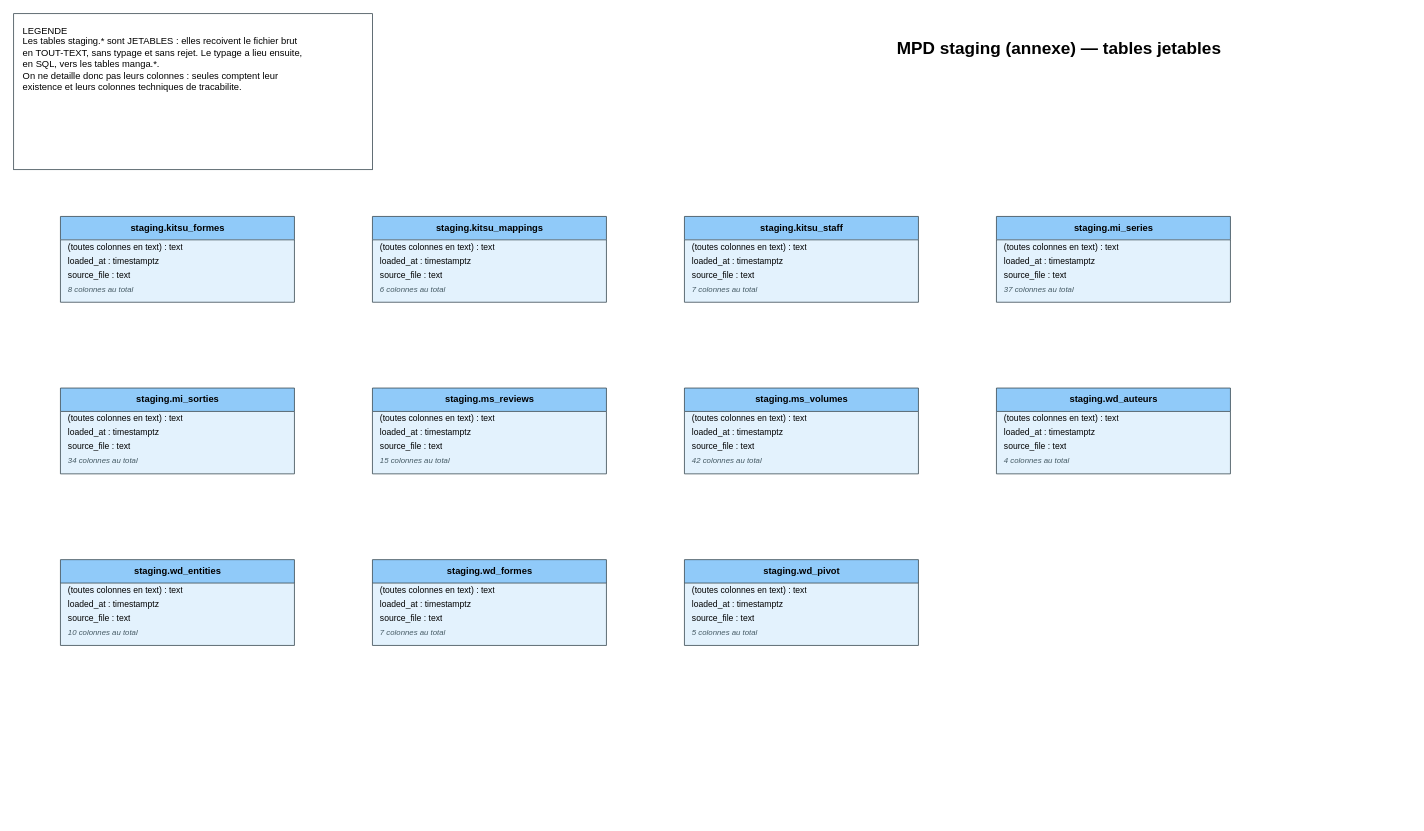
The draw.io diagram page "MPD staging (annexe) — tables jetables" (2 of 3) of docs/modeles/modele_donnees.drawio in TheMaxfly/certification-Dev_IA, before the edit. Source tidied: cells renumbered, new cells numbered last; positions are measured from the earlier drawing's top-left corner, leaving out a move shared by most shapes. Both pictures are drawn from the tidied source at 78%, with x=0, y=0 at pixel (13, 13).
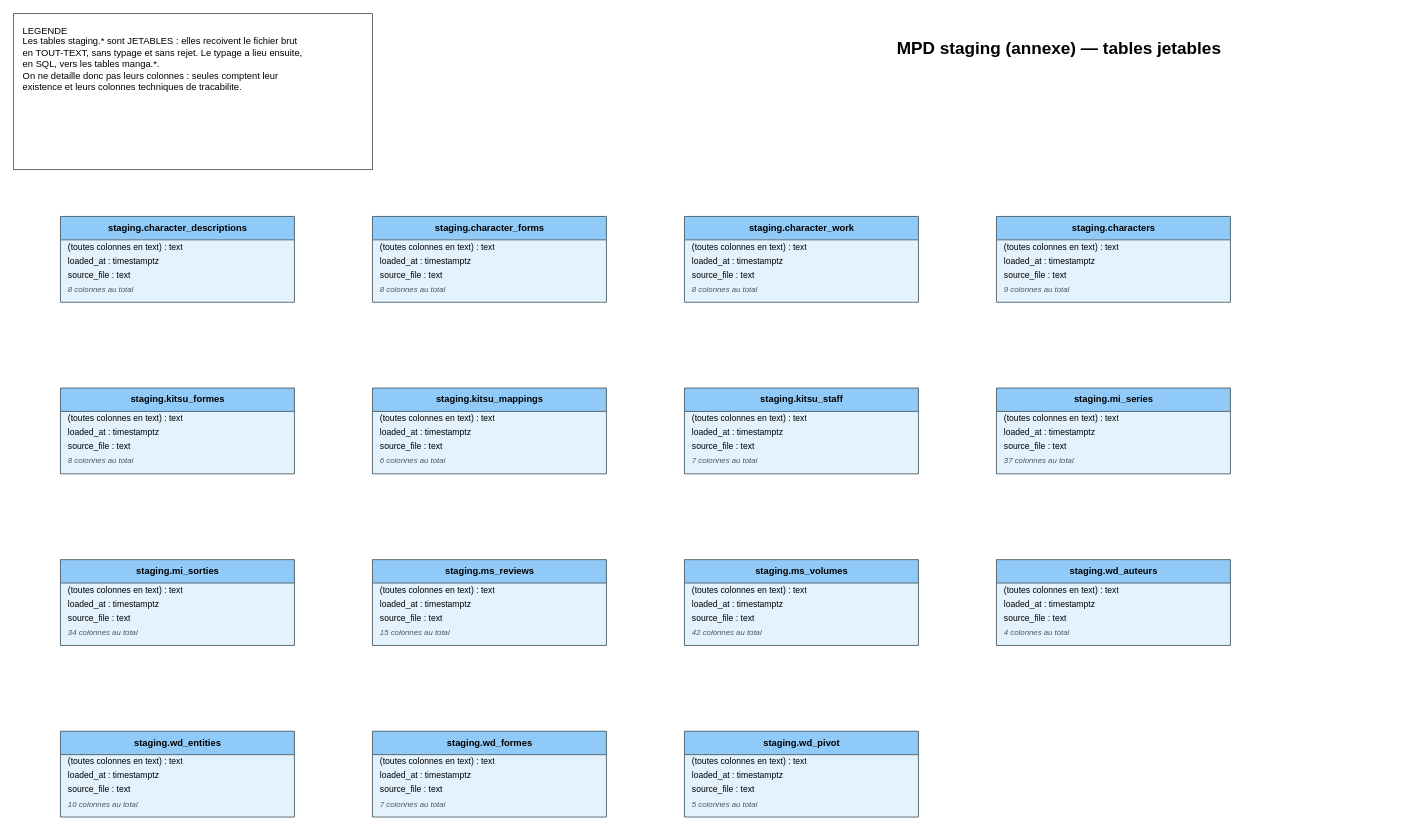
The same page after the edit.

Change to the diagram source:
```diff
@@
-    <mxCell id="4" value="staging.kitsu_formes" style="swimlane;html=1;startSize=30;horizontal=1;fillColor=#90CAF9;swimlaneFillColor=#E3F2FD;strokeColor=#37474F;fontStyle=1;fontSize=12;fontColor=#000000;" parent="1" vertex="1">
+    <mxCell id="4" value="staging.character_descriptions" style="swimlane;html=1;startSize=30;horizontal=1;fillColor=#90CAF9;swimlaneFillColor=#E3F2FD;strokeColor=#37474F;fontStyle=1;fontSize=12;fontColor=#000000;" parent="1" vertex="1">
       <mxGeometry x="60" y="260" width="300" height="110" as="geometry" />
     </mxCell>
@@
-    <mxCell id="9" value="staging.kitsu_mappings" style="swimlane;html=1;startSize=30;horizontal=1;fillColor=#90CAF9;swimlaneFillColor=#E3F2FD;strokeColor=#37474F;fontStyle=1;fontSize=12;fontColor=#000000;" parent="1" vertex="1">
+    <mxCell id="9" value="staging.character_forms" style="swimlane;html=1;startSize=30;horizontal=1;fillColor=#90CAF9;swimlaneFillColor=#E3F2FD;strokeColor=#37474F;fontStyle=1;fontSize=12;fontColor=#000000;" parent="1" vertex="1">
       <mxGeometry x="460" y="260" width="300" height="110" as="geometry" />
     </mxCell>
@@
-    <mxCell id="13" value="6 colonnes au total" style="text;html=1;strokeColor=none;fillColor=none;align=left;verticalAlign=middle;spacingLeft=8;fontSize=10;fontStyle=2;fontColor=#455A64;" parent="9" vertex="1">
+    <mxCell id="13" value="8 colonnes au total" style="text;html=1;strokeColor=none;fillColor=none;align=left;verticalAlign=middle;spacingLeft=8;fontSize=10;fontStyle=2;fontColor=#455A64;" parent="9" vertex="1">
       <mxGeometry y="84" width="300" height="18" as="geometry" />
     </mxCell>
-    <mxCell id="14" value="staging.kitsu_staff" style="swimlane;html=1;startSize=30;horizontal=1;fillColor=#90CAF9;swimlaneFillColor=#E3F2FD;strokeColor=#37474F;fontStyle=1;fontSize=12;fontColor=#000000;" parent="1" vertex="1">
+    <mxCell id="14" value="staging.character_work" style="swimlane;html=1;startSize=30;horizontal=1;fillColor=#90CAF9;swimlaneFillColor=#E3F2FD;strokeColor=#37474F;fontStyle=1;fontSize=12;fontColor=#000000;" parent="1" vertex="1">
       <mxGeometry x="860" y="260" width="300" height="110" as="geometry" />
     </mxCell>
@@
-    <mxCell id="18" value="7 colonnes au total" style="text;html=1;strokeColor=none;fillColor=none;align=left;verticalAlign=middle;spacingLeft=8;fontSize=10;fontStyle=2;fontColor=#455A64;" parent="14" vertex="1">
+    <mxCell id="18" value="8 colonnes au total" style="text;html=1;strokeColor=none;fillColor=none;align=left;verticalAlign=middle;spacingLeft=8;fontSize=10;fontStyle=2;fontColor=#455A64;" parent="14" vertex="1">
       <mxGeometry y="84" width="300" height="18" as="geometry" />
     </mxCell>
-    <mxCell id="19" value="staging.mi_series" style="swimlane;html=1;startSize=30;horizontal=1;fillColor=#90CAF9;swimlaneFillColor=#E3F2FD;strokeColor=#37474F;fontStyle=1;fontSize=12;fontColor=#000000;" parent="1" vertex="1">
+    <mxCell id="19" value="staging.characters" style="swimlane;html=1;startSize=30;horizontal=1;fillColor=#90CAF9;swimlaneFillColor=#E3F2FD;strokeColor=#37474F;fontStyle=1;fontSize=12;fontColor=#000000;" parent="1" vertex="1">
       <mxGeometry x="1260" y="260" width="300" height="110" as="geometry" />
     </mxCell>
@@
-    <mxCell id="23" value="37 colonnes au total" style="text;html=1;strokeColor=none;fillColor=none;align=left;verticalAlign=middle;spacingLeft=8;fontSize=10;fontStyle=2;fontColor=#455A64;" parent="19" vertex="1">
+    <mxCell id="23" value="9 colonnes au total" style="text;html=1;strokeColor=none;fillColor=none;align=left;verticalAlign=middle;spacingLeft=8;fontSize=10;fontStyle=2;fontColor=#455A64;" parent="19" vertex="1">
       <mxGeometry y="84" width="300" height="18" as="geometry" />
     </mxCell>
-    <mxCell id="24" value="staging.mi_sorties" style="swimlane;html=1;startSize=30;horizontal=1;fillColor=#90CAF9;swimlaneFillColor=#E3F2FD;strokeColor=#37474F;fontStyle=1;fontSize=12;fontColor=#000000;" parent="1" vertex="1">
+    <mxCell id="24" value="staging.kitsu_formes" style="swimlane;html=1;startSize=30;horizontal=1;fillColor=#90CAF9;swimlaneFillColor=#E3F2FD;strokeColor=#37474F;fontStyle=1;fontSize=12;fontColor=#000000;" parent="1" vertex="1">
       <mxGeometry x="60" y="480" width="300" height="110" as="geometry" />
     </mxCell>
@@
-    <mxCell id="28" value="34 colonnes au total" style="text;html=1;strokeColor=none;fillColor=none;align=left;verticalAlign=middle;spacingLeft=8;fontSize=10;fontStyle=2;fontColor=#455A64;" parent="24" vertex="1">
+    <mxCell id="28" value="8 colonnes au total" style="text;html=1;strokeColor=none;fillColor=none;align=left;verticalAlign=middle;spacingLeft=8;fontSize=10;fontStyle=2;fontColor=#455A64;" parent="24" vertex="1">
       <mxGeometry y="84" width="300" height="18" as="geometry" />
     </mxCell>
-    <mxCell id="29" value="staging.ms_reviews" style="swimlane;html=1;startSize=30;horizontal=1;fillColor=#90CAF9;swimlaneFillColor=#E3F2FD;strokeColor=#37474F;fontStyle=1;fontSize=12;fontColor=#000000;" parent="1" vertex="1">
+    <mxCell id="29" value="staging.kitsu_mappings" style="swimlane;html=1;startSize=30;horizontal=1;fillColor=#90CAF9;swimlaneFillColor=#E3F2FD;strokeColor=#37474F;fontStyle=1;fontSize=12;fontColor=#000000;" parent="1" vertex="1">
       <mxGeometry x="460" y="480" width="300" height="110" as="geometry" />
     </mxCell>
@@
-    <mxCell id="33" value="15 colonnes au total" style="text;html=1;strokeColor=none;fillColor=none;align=left;verticalAlign=middle;spacingLeft=8;fontSize=10;fontStyle=2;fontColor=#455A64;" parent="29" vertex="1">
+    <mxCell id="33" value="6 colonnes au total" style="text;html=1;strokeColor=none;fillColor=none;align=left;verticalAlign=middle;spacingLeft=8;fontSize=10;fontStyle=2;fontColor=#455A64;" parent="29" vertex="1">
       <mxGeometry y="84" width="300" height="18" as="geometry" />
     </mxCell>
-    <mxCell id="34" value="staging.ms_volumes" style="swimlane;html=1;startSize=30;horizontal=1;fillColor=#90CAF9;swimlaneFillColor=#E3F2FD;strokeColor=#37474F;fontStyle=1;fontSize=12;fontColor=#000000;" parent="1" vertex="1">
+    <mxCell id="34" value="staging.kitsu_staff" style="swimlane;html=1;startSize=30;horizontal=1;fillColor=#90CAF9;swimlaneFillColor=#E3F2FD;strokeColor=#37474F;fontStyle=1;fontSize=12;fontColor=#000000;" parent="1" vertex="1">
       <mxGeometry x="860" y="480" width="300" height="110" as="geometry" />
     </mxCell>
@@
-    <mxCell id="38" value="42 colonnes au total" style="text;html=1;strokeColor=none;fillColor=none;align=left;verticalAlign=middle;spacingLeft=8;fontSize=10;fontStyle=2;fontColor=#455A64;" parent="34" vertex="1">
+    <mxCell id="38" value="7 colonnes au total" style="text;html=1;strokeColor=none;fillColor=none;align=left;verticalAlign=middle;spacingLeft=8;fontSize=10;fontStyle=2;fontColor=#455A64;" parent="34" vertex="1">
       <mxGeometry y="84" width="300" height="18" as="geometry" />
     </mxCell>
-    <mxCell id="39" value="staging.wd_auteurs" style="swimlane;html=1;startSize=30;horizontal=1;fillColor=#90CAF9;swimlaneFillColor=#E3F2FD;strokeColor=#37474F;fontStyle=1;fontSize=12;fontColor=#000000;" parent="1" vertex="1">
+    <mxCell id="39" value="staging.mi_series" style="swimlane;html=1;startSize=30;horizontal=1;fillColor=#90CAF9;swimlaneFillColor=#E3F2FD;strokeColor=#37474F;fontStyle=1;fontSize=12;fontColor=#000000;" parent="1" vertex="1">
       <mxGeometry x="1260" y="480" width="300" height="110" as="geometry" />
     </mxCell>
@@
-    <mxCell id="43" value="4 colonnes au total" style="text;html=1;strokeColor=none;fillColor=none;align=left;verticalAlign=middle;spacingLeft=8;fontSize=10;fontStyle=2;fontColor=#455A64;" parent="39" vertex="1">
+    <mxCell id="43" value="37 colonnes au total" style="text;html=1;strokeColor=none;fillColor=none;align=left;verticalAlign=middle;spacingLeft=8;fontSize=10;fontStyle=2;fontColor=#455A64;" parent="39" vertex="1">
       <mxGeometry y="84" width="300" height="18" as="geometry" />
     </mxCell>
-    <mxCell id="44" value="staging.wd_entities" style="swimlane;html=1;startSize=30;horizontal=1;fillColor=#90CAF9;swimlaneFillColor=#E3F2FD;strokeColor=#37474F;fontStyle=1;fontSize=12;fontColor=#000000;" parent="1" vertex="1">
+    <mxCell id="44" value="staging.mi_sorties" style="swimlane;html=1;startSize=30;horizontal=1;fillColor=#90CAF9;swimlaneFillColor=#E3F2FD;strokeColor=#37474F;fontStyle=1;fontSize=12;fontColor=#000000;" parent="1" vertex="1">
       <mxGeometry x="60" y="700" width="300" height="110" as="geometry" />
     </mxCell>
@@
-    <mxCell id="48" value="10 colonnes au total" style="text;html=1;strokeColor=none;fillColor=none;align=left;verticalAlign=middle;spacingLeft=8;fontSize=10;fontStyle=2;fontColor=#455A64;" parent="44" vertex="1">
+    <mxCell id="48" value="34 colonnes au total" style="text;html=1;strokeColor=none;fillColor=none;align=left;verticalAlign=middle;spacingLeft=8;fontSize=10;fontStyle=2;fontColor=#455A64;" parent="44" vertex="1">
       <mxGeometry y="84" width="300" height="18" as="geometry" />
     </mxCell>
-    <mxCell id="49" value="staging.wd_formes" style="swimlane;html=1;startSize=30;horizontal=1;fillColor=#90CAF9;swimlaneFillColor=#E3F2FD;strokeColor=#37474F;fontStyle=1;fontSize=12;fontColor=#000000;" parent="1" vertex="1">
+    <mxCell id="49" value="staging.ms_reviews" style="swimlane;html=1;startSize=30;horizontal=1;fillColor=#90CAF9;swimlaneFillColor=#E3F2FD;strokeColor=#37474F;fontStyle=1;fontSize=12;fontColor=#000000;" parent="1" vertex="1">
       <mxGeometry x="460" y="700" width="300" height="110" as="geometry" />
     </mxCell>
@@
-    <mxCell id="53" value="7 colonnes au total" style="text;html=1;strokeColor=none;fillColor=none;align=left;verticalAlign=middle;spacingLeft=8;fontSize=10;fontStyle=2;fontColor=#455A64;" parent="49" vertex="1">
+    <mxCell id="53" value="15 colonnes au total" style="text;html=1;strokeColor=none;fillColor=none;align=left;verticalAlign=middle;spacingLeft=8;fontSize=10;fontStyle=2;fontColor=#455A64;" parent="49" vertex="1">
       <mxGeometry y="84" width="300" height="18" as="geometry" />
     </mxCell>
-    <mxCell id="54" value="staging.wd_pivot" style="swimlane;html=1;startSize=30;horizontal=1;fillColor=#90CAF9;swimlaneFillColor=#E3F2FD;strokeColor=#37474F;fontStyle=1;fontSize=12;fontColor=#000000;" parent="1" vertex="1">
+    <mxCell id="54" value="staging.ms_volumes" style="swimlane;html=1;startSize=30;horizontal=1;fillColor=#90CAF9;swimlaneFillColor=#E3F2FD;strokeColor=#37474F;fontStyle=1;fontSize=12;fontColor=#000000;" parent="1" vertex="1">
       <mxGeometry x="860" y="700" width="300" height="110" as="geometry" />
     </mxCell>
@@
-    <mxCell id="58" value="5 colonnes au total" style="text;html=1;strokeColor=none;fillColor=none;align=left;verticalAlign=middle;spacingLeft=8;fontSize=10;fontStyle=2;fontColor=#455A64;" parent="54" vertex="1">
+    <mxCell id="58" value="42 colonnes au total" style="text;html=1;strokeColor=none;fillColor=none;align=left;verticalAlign=middle;spacingLeft=8;fontSize=10;fontStyle=2;fontColor=#455A64;" parent="54" vertex="1">
       <mxGeometry y="84" width="300" height="18" as="geometry" />
     </mxCell>
+    <mxCell id="59" value="staging.wd_auteurs" style="swimlane;html=1;startSize=30;horizontal=1;fillColor=#90CAF9;swimlaneFillColor=#E3F2FD;strokeColor=#37474F;fontStyle=1;fontSize=12;fontColor=#000000;" parent="1" vertex="1">
+      <mxGeometry x="1260" y="700" width="300" height="110" as="geometry" />
+    </mxCell>
+    <mxCell id="60" value="(toutes colonnes en text) : text" style="text;html=1;strokeColor=none;fillColor=none;align=left;verticalAlign=middle;spacingLeft=8;overflow=hidden;fontSize=11;fontColor=#000000;" parent="59" vertex="1">
+      <mxGeometry y="30" width="300" height="18" as="geometry" />
+    </mxCell>
+    <mxCell id="61" value="loaded_at : timestamptz" style="text;html=1;strokeColor=none;fillColor=none;align=left;verticalAlign=middle;spacingLeft=8;overflow=hidden;fontSize=11;fontColor=#000000;" parent="59" vertex="1">
+      <mxGeometry y="48" width="300" height="18" as="geometry" />
+    </mxCell>
+    <mxCell id="62" value="source_file : text" style="text;html=1;strokeColor=none;fillColor=none;align=left;verticalAlign=middle;spacingLeft=8;overflow=hidden;fontSize=11;fontColor=#000000;" parent="59" vertex="1">
+      <mxGeometry y="66" width="300" height="18" as="geometry" />
+    </mxCell>
+    <mxCell id="63" value="4 colonnes au total" style="text;html=1;strokeColor=none;fillColor=none;align=left;verticalAlign=middle;spacingLeft=8;fontSize=10;fontStyle=2;fontColor=#455A64;" parent="59" vertex="1">
+      <mxGeometry y="84" width="300" height="18" as="geometry" />
+    </mxCell>
+    <mxCell id="64" value="staging.wd_entities" style="swimlane;html=1;startSize=30;horizontal=1;fillColor=#90CAF9;swimlaneFillColor=#E3F2FD;strokeColor=#37474F;fontStyle=1;fontSize=12;fontColor=#000000;" parent="1" vertex="1">
+      <mxGeometry x="60" y="920" width="300" height="110" as="geometry" />
+    </mxCell>
+    <mxCell id="65" value="(toutes colonnes en text) : text" style="text;html=1;strokeColor=none;fillColor=none;align=left;verticalAlign=middle;spacingLeft=8;overflow=hidden;fontSize=11;fontColor=#000000;" parent="64" vertex="1">
+      <mxGeometry y="30" width="300" height="18" as="geometry" />
+    </mxCell>
+    <mxCell id="66" value="loaded_at : timestamptz" style="text;html=1;strokeColor=none;fillColor=none;align=left;verticalAlign=middle;spacingLeft=8;overflow=hidden;fontSize=11;fontColor=#000000;" parent="64" vertex="1">
+      <mxGeometry y="48" width="300" height="18" as="geometry" />
+    </mxCell>
+    <mxCell id="67" value="source_file : text" style="text;html=1;strokeColor=none;fillColor=none;align=left;verticalAlign=middle;spacingLeft=8;overflow=hidden;fontSize=11;fontColor=#000000;" parent="64" vertex="1">
+      <mxGeometry y="66" width="300" height="18" as="geometry" />
+    </mxCell>
+    <mxCell id="68" value="10 colonnes au total" style="text;html=1;strokeColor=none;fillColor=none;align=left;verticalAlign=middle;spacingLeft=8;fontSize=10;fontStyle=2;fontColor=#455A64;" parent="64" vertex="1">
+      <mxGeometry y="84" width="300" height="18" as="geometry" />
+    </mxCell>
+    <mxCell id="69" value="staging.wd_formes" style="swimlane;html=1;startSize=30;horizontal=1;fillColor=#90CAF9;swimlaneFillColor=#E3F2FD;strokeColor=#37474F;fontStyle=1;fontSize=12;fontColor=#000000;" parent="1" vertex="1">
+      <mxGeometry x="460" y="920" width="300" height="110" as="geometry" />
+    </mxCell>
+    <mxCell id="70" value="(toutes colonnes en text) : text" style="text;html=1;strokeColor=none;fillColor=none;align=left;verticalAlign=middle;spacingLeft=8;overflow=hidden;fontSize=11;fontColor=#000000;" parent="69" vertex="1">
+      <mxGeometry y="30" width="300" height="18" as="geometry" />
+    </mxCell>
+    <mxCell id="71" value="loaded_at : timestamptz" style="text;html=1;strokeColor=none;fillColor=none;align=left;verticalAlign=middle;spacingLeft=8;overflow=hidden;fontSize=11;fontColor=#000000;" parent="69" vertex="1">
+      <mxGeometry y="48" width="300" height="18" as="geometry" />
+    </mxCell>
+    <mxCell id="72" value="source_file : text" style="text;html=1;strokeColor=none;fillColor=none;align=left;verticalAlign=middle;spacingLeft=8;overflow=hidden;fontSize=11;fontColor=#000000;" parent="69" vertex="1">
+      <mxGeometry y="66" width="300" height="18" as="geometry" />
+    </mxCell>
+    <mxCell id="73" value="7 colonnes au total" style="text;html=1;strokeColor=none;fillColor=none;align=left;verticalAlign=middle;spacingLeft=8;fontSize=10;fontStyle=2;fontColor=#455A64;" parent="69" vertex="1">
+      <mxGeometry y="84" width="300" height="18" as="geometry" />
+    </mxCell>
+    <mxCell id="74" value="staging.wd_pivot" style="swimlane;html=1;startSize=30;horizontal=1;fillColor=#90CAF9;swimlaneFillColor=#E3F2FD;strokeColor=#37474F;fontStyle=1;fontSize=12;fontColor=#000000;" parent="1" vertex="1">
+      <mxGeometry x="860" y="920" width="300" height="110" as="geometry" />
+    </mxCell>
+    <mxCell id="75" value="(toutes colonnes en text) : text" style="text;html=1;strokeColor=none;fillColor=none;align=left;verticalAlign=middle;spacingLeft=8;overflow=hidden;fontSize=11;fontColor=#000000;" parent="74" vertex="1">
+      <mxGeometry y="30" width="300" height="18" as="geometry" />
+    </mxCell>
+    <mxCell id="76" value="loaded_at : timestamptz" style="text;html=1;strokeColor=none;fillColor=none;align=left;verticalAlign=middle;spacingLeft=8;overflow=hidden;fontSize=11;fontColor=#000000;" parent="74" vertex="1">
+      <mxGeometry y="48" width="300" height="18" as="geometry" />
+    </mxCell>
+    <mxCell id="77" value="source_file : text" style="text;html=1;strokeColor=none;fillColor=none;align=left;verticalAlign=middle;spacingLeft=8;overflow=hidden;fontSize=11;fontColor=#000000;" parent="74" vertex="1">
+      <mxGeometry y="66" width="300" height="18" as="geometry" />
+    </mxCell>
+    <mxCell id="78" value="5 colonnes au total" style="text;html=1;strokeColor=none;fillColor=none;align=left;verticalAlign=middle;spacingLeft=8;fontSize=10;fontStyle=2;fontColor=#455A64;" parent="74" vertex="1">
+      <mxGeometry y="84" width="300" height="18" as="geometry" />
+    </mxCell>
```
